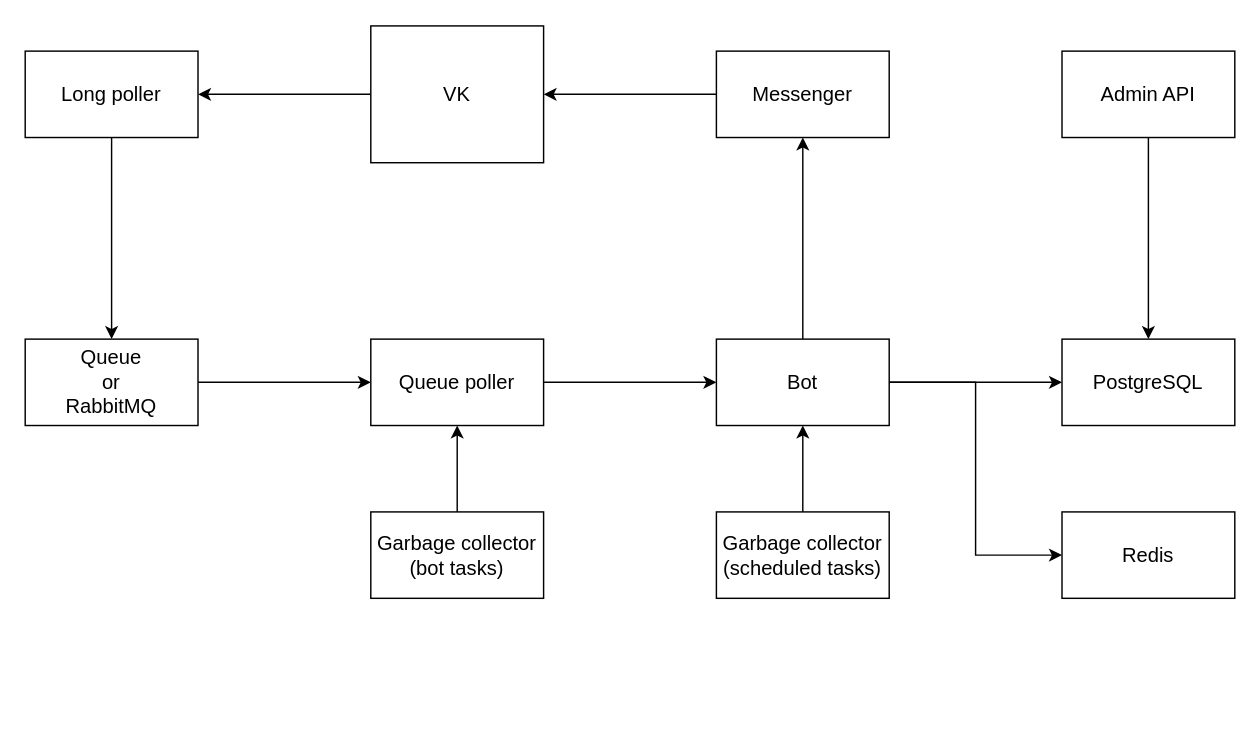
ipakeev/vk_quiz_bot keeps this draw.io diagram as page "Structure" (1 of 3) of schema.drawio. Above is the earlier version. Source tidied: cells renumbered, new cells numbered last; positions are measured from the earlier drawing's top-left corner, leaving out a move shared by most shapes. Both pictures are drawn from the tidied source at 144%, with x=0, y=0 at pixel (24, 24).
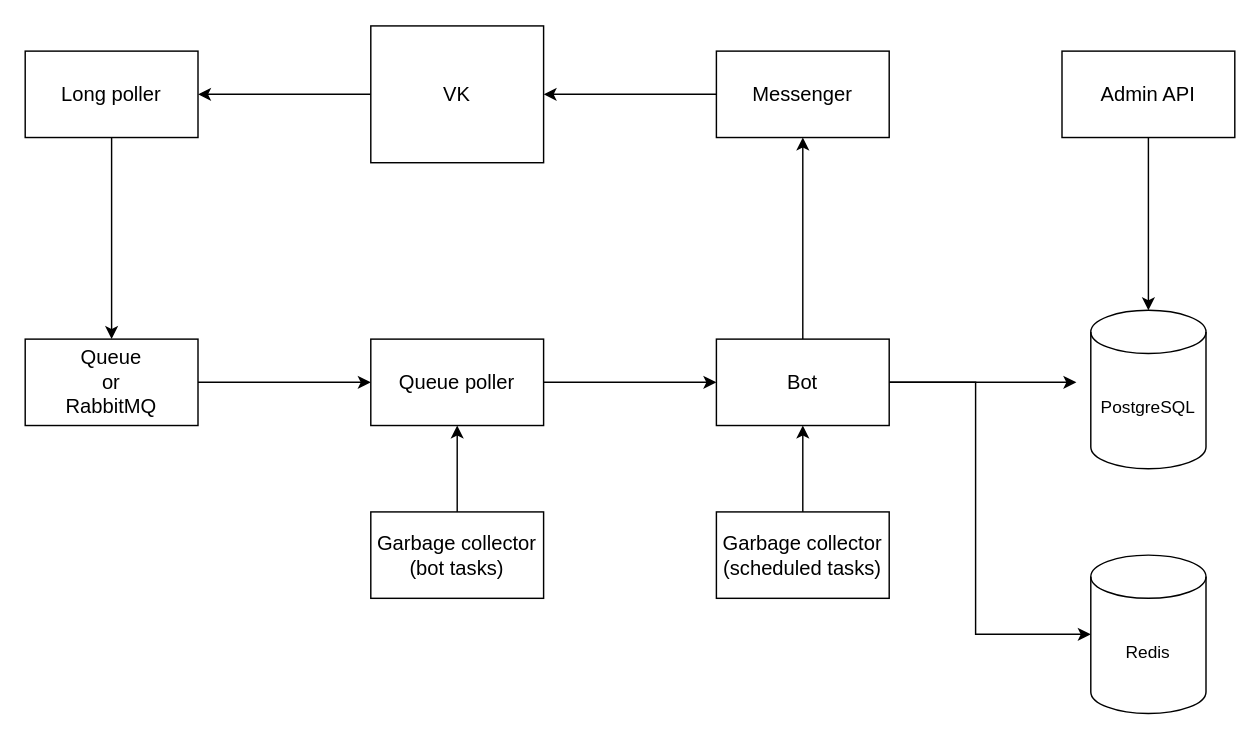
After the change.

The change refers to these unchanged cells:
```xml
<mxCell id="15" value="Bot" style="rounded=0;whiteSpace=wrap;html=1;fontSize=14;" parent="1" vertex="1">
  <mxGeometry x="480" y="218" width="120" height="60" as="geometry" />
</mxCell>
<mxCell id="23" value="&lt;font style=&quot;font-size: 14px&quot;&gt;Admin API&lt;/font&gt;" style="rounded=0;whiteSpace=wrap;html=1;" parent="1" vertex="1">
  <mxGeometry x="720" y="18" width="120" height="60" as="geometry" />
</mxCell>
```

What changed in the source:
```diff
@@
-    <mxCell id="12" style="edgeStyle=orthogonalEdgeStyle;rounded=0;jettySize=auto;html=1;entryX=0;entryY=0.5;entryDx=0;entryDy=0;fontSize=14;" parent="1" edge="1" source="15" target="21">
-      <mxGeometry relative="1" as="geometry" />
-    </mxCell>
-    <mxCell id="13" style="edgeStyle=orthogonalEdgeStyle;rounded=0;jettySize=auto;html=1;fontSize=14;" parent="1" edge="1" source="15" target="20">
+    <mxCell id="13" style="edgeStyle=orthogonalEdgeStyle;rounded=0;jettySize=auto;html=1;fontSize=14;entryX=0;entryY=0.5;entryDx=0;entryDy=0;entryPerimeter=0;" parent="1" edge="1" source="15" target="20">
       <mxGeometry relative="1" as="geometry">
         <Array as="points">
           <mxPoint x="660" y="248" />
-          <mxPoint x="660" y="368" />
+          <mxPoint x="660" y="423" />
         </Array>
       </mxGeometry>
     </mxCell>
@@
+    <mxCell id="24" style="edgeStyle=orthogonalEdgeStyle;rounded=0;jettySize=auto;html=1;" parent="1" edge="1" source="15">
+      <mxGeometry relative="1" as="geometry">
+        <mxPoint x="730" y="248" as="targetPoint" />
+      </mxGeometry>
+    </mxCell>
@@
-    <mxCell id="20" value="&lt;font style=&quot;font-size: 14px&quot;&gt;Redis&lt;/font&gt;" style="rounded=0;whiteSpace=wrap;html=1;fontSize=14;" parent="1" vertex="1">
-      <mxGeometry x="720" y="338" width="120" height="60" as="geometry" />
-    </mxCell>
-    <mxCell id="21" value="PostgreSQL" style="rounded=0;whiteSpace=wrap;html=1;fontSize=14;" parent="1" vertex="1">
-      <mxGeometry x="720" y="218" width="120" height="60" as="geometry" />
-    </mxCell>
-    <mxCell id="22" style="edgeStyle=orthogonalEdgeStyle;rounded=0;jettySize=auto;html=1;entryX=0.5;entryY=0;entryDx=0;entryDy=0;" parent="1" edge="1" source="23" target="21">
+    <mxCell id="22" style="edgeStyle=orthogonalEdgeStyle;rounded=0;jettySize=auto;html=1;entryX=0.5;entryY=0;entryDx=0;entryDy=0;entryPerimeter=0;" parent="1" edge="1" source="23" target="21">
       <mxGeometry relative="1" as="geometry" />
     </mxCell>
@@
+    <mxCell id="21" value="PostgreSQL" style="shape=cylinder3;whiteSpace=wrap;html=1;boundedLbl=1;backgroundOutline=1;size=15;" parent="1" vertex="1">
+      <mxGeometry x="740" y="198" width="80" height="110" as="geometry" />
+    </mxCell>
+    <mxCell id="20" value="Redis" style="shape=cylinder3;whiteSpace=wrap;html=1;boundedLbl=1;backgroundOutline=1;size=15;direction=east;" parent="1" vertex="1">
+      <mxGeometry x="740" y="368" width="80" height="110" as="geometry" />
+    </mxCell>
```
